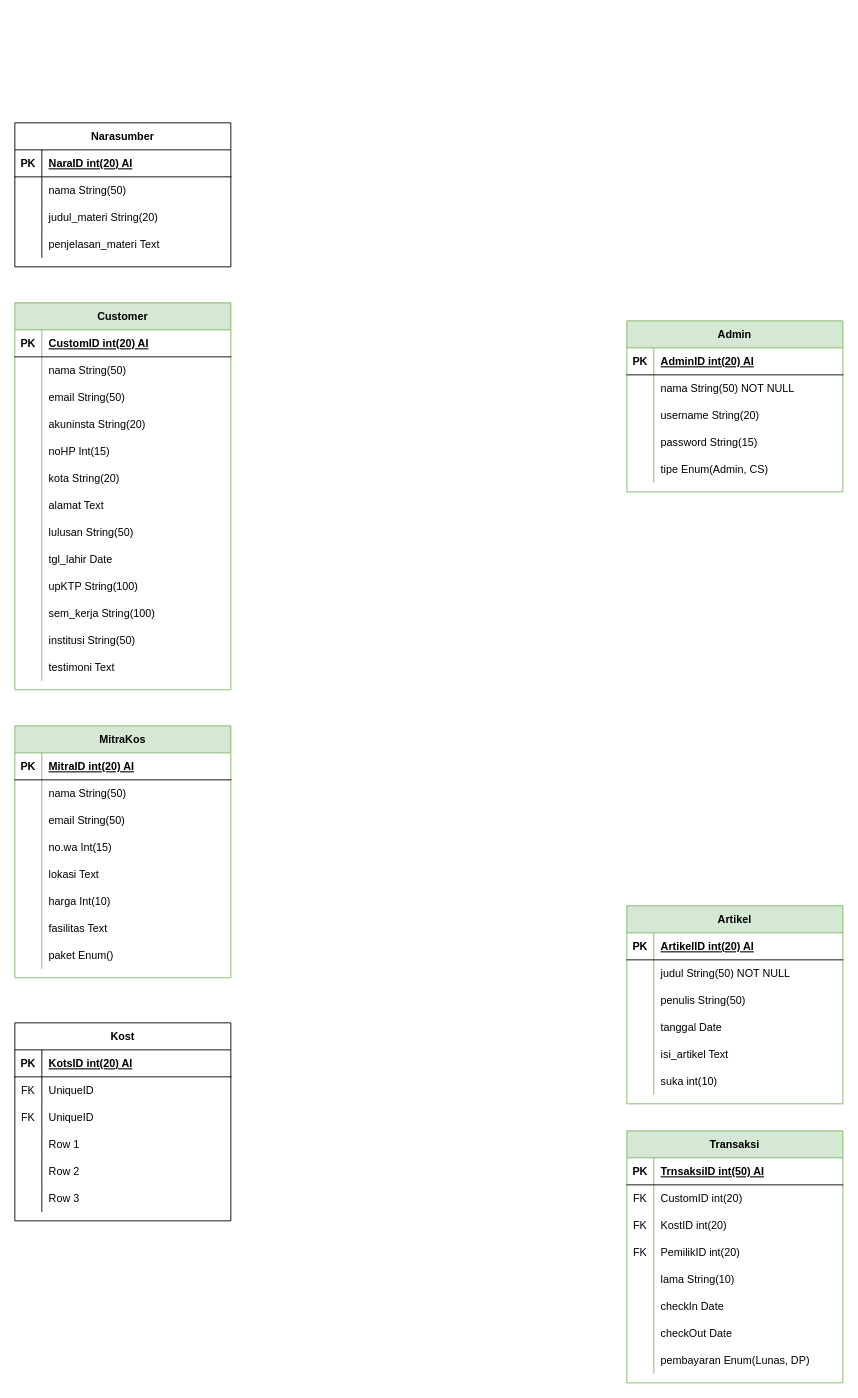
sendy452/DIagram-Model keeps this draw.io diagram as ERD TerasKos.drawio. Above is the earlier version. Source tidied: cells renumbered, new cells numbered last; positions are measured from the earlier drawing's top-left corner, leaving out a move shared by most shapes. Both pictures are drawn from the tidied source at 90%, with x=0, y=0 at pixel (14, 122).
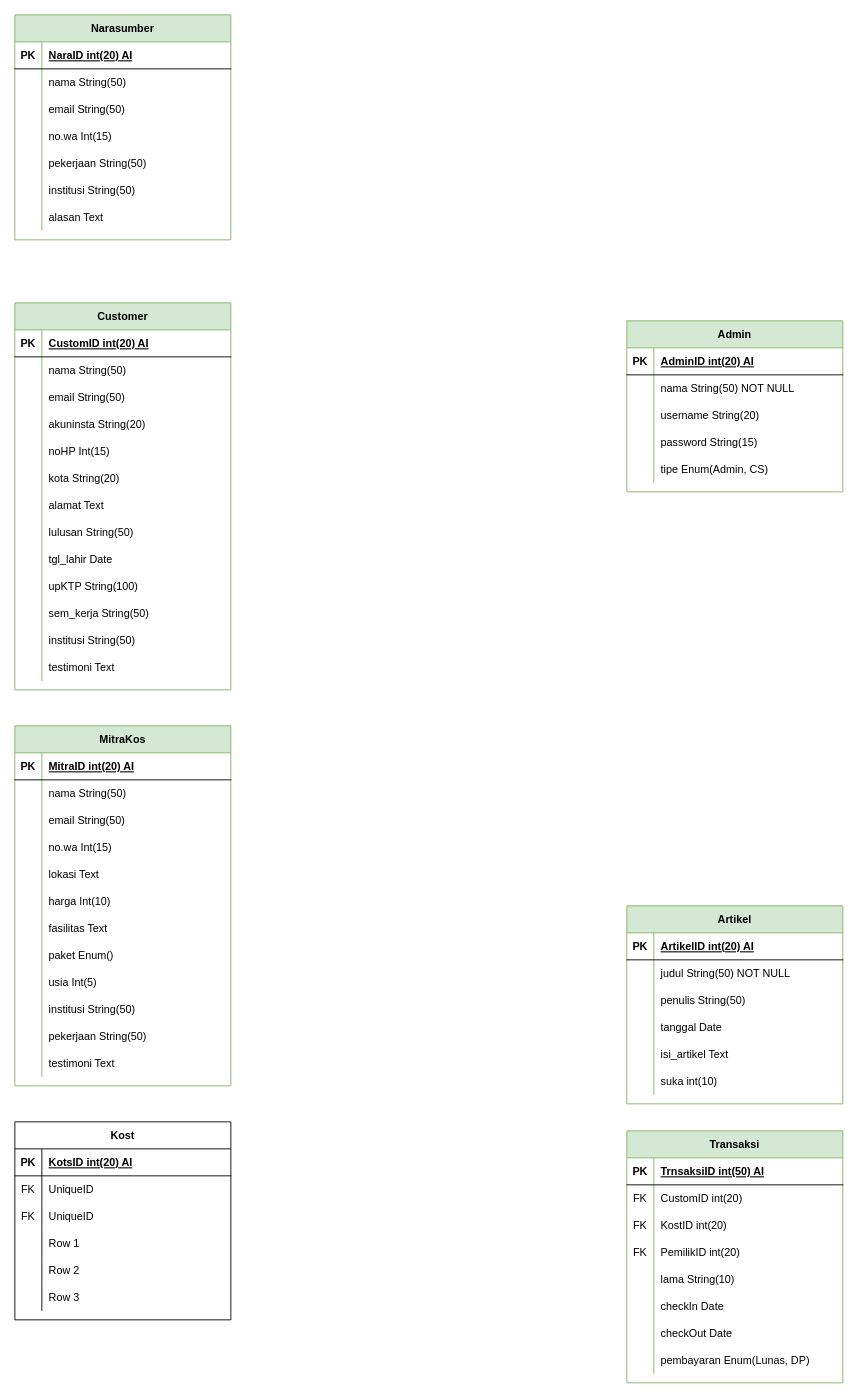
The same page after the edit.

The change refers to these unchanged cells:
```xml
<mxCell id="58" style="shape=partialRectangle;fillColor=none;top=0;left=0;bottom=0;right=0;" parent="27" vertex="1">
  <mxGeometry y="330" width="240" height="30" as="geometry" />
</mxCell>
<mxCell id="109" style="shape=partialRectangle;fillColor=none;top=0;left=0;bottom=0;right=0;" parent="102" vertex="1">
  <mxGeometry y="90" width="240" height="30" as="geometry" />
</mxCell>
<mxCell id="112" style="shape=partialRectangle;fillColor=none;top=0;left=0;bottom=0;right=0;" parent="102" vertex="1">
  <mxGeometry y="120" width="240" height="30" as="geometry" />
</mxCell>
```

What changed in the source:
```diff
@@
     <mxCell id="2" value="MitraKos" style="shape=table;startSize=30;childLayout=tableLayout;rowLines=0;fontStyle=1;align=center;fillColor=#d5e8d4;strokeColor=#82b366;" parent="1" vertex="1">
-      <mxGeometry y="670" width="240" height="280" as="geometry" />
+      <mxGeometry y="670" width="240" height="400" as="geometry" />
     </mxCell>
@@
+    <mxCell id="159" style="shape=partialRectangle;fillColor=none;top=0;left=0;bottom=0;right=0;" parent="2" vertex="1">
+      <mxGeometry y="270" width="240" height="30" as="geometry" />
+    </mxCell>
+    <mxCell id="160" style="shape=partialRectangle;fillColor=none;top=0;left=0;bottom=0;right=0;overflow=hidden;" parent="159" vertex="1">
+      <mxGeometry width="30" height="30" as="geometry" />
+    </mxCell>
+    <mxCell id="161" value="usia Int(5)" style="shape=partialRectangle;fillColor=none;top=0;left=0;bottom=0;right=0;align=left;spacingLeft=6;overflow=hidden;" parent="159" vertex="1">
+      <mxGeometry x="30" width="210" height="30" as="geometry" />
+    </mxCell>
+    <mxCell id="162" style="shape=partialRectangle;fillColor=none;top=0;left=0;bottom=0;right=0;" parent="2" vertex="1">
+      <mxGeometry y="300" width="240" height="30" as="geometry" />
+    </mxCell>
+    <mxCell id="163" style="shape=partialRectangle;fillColor=none;top=0;left=0;bottom=0;right=0;overflow=hidden;" parent="162" vertex="1">
+      <mxGeometry width="30" height="30" as="geometry" />
+    </mxCell>
+    <mxCell id="164" value="institusi String(50)" style="shape=partialRectangle;fillColor=none;top=0;left=0;bottom=0;right=0;align=left;spacingLeft=6;overflow=hidden;" parent="162" vertex="1">
+      <mxGeometry x="30" width="210" height="30" as="geometry" />
+    </mxCell>
+    <mxCell id="165" style="shape=partialRectangle;fillColor=none;top=0;left=0;bottom=0;right=0;" parent="2" vertex="1">
+      <mxGeometry y="330" width="240" height="30" as="geometry" />
+    </mxCell>
+    <mxCell id="166" style="shape=partialRectangle;fillColor=none;top=0;left=0;bottom=0;right=0;overflow=hidden;" parent="165" vertex="1">
+      <mxGeometry width="30" height="30" as="geometry" />
+    </mxCell>
+    <mxCell id="167" value="pekerjaan String(50)" style="shape=partialRectangle;fillColor=none;top=0;left=0;bottom=0;right=0;align=left;spacingLeft=6;overflow=hidden;" parent="165" vertex="1">
+      <mxGeometry x="30" width="210" height="30" as="geometry" />
+    </mxCell>
+    <mxCell id="168" style="shape=partialRectangle;fillColor=none;top=0;left=0;bottom=0;right=0;" parent="2" vertex="1">
+      <mxGeometry y="360" width="240" height="30" as="geometry" />
+    </mxCell>
+    <mxCell id="169" style="shape=partialRectangle;fillColor=none;top=0;left=0;bottom=0;right=0;overflow=hidden;" parent="168" vertex="1">
+      <mxGeometry width="30" height="30" as="geometry" />
+    </mxCell>
+    <mxCell id="170" value="testimoni Text" style="shape=partialRectangle;fillColor=none;top=0;left=0;bottom=0;right=0;align=left;spacingLeft=6;overflow=hidden;" parent="168" vertex="1">
+      <mxGeometry x="30" width="210" height="30" as="geometry" />
+    </mxCell>
@@
-    <mxCell id="60" value="sem_kerja String(100)" style="shape=partialRectangle;fillColor=none;top=0;left=0;bottom=0;right=0;align=left;spacingLeft=6;overflow=hidden;" parent="58" vertex="1">
+    <mxCell id="60" value="sem_kerja String(50)" style="shape=partialRectangle;fillColor=none;top=0;left=0;bottom=0;right=0;align=left;spacingLeft=6;overflow=hidden;" parent="58" vertex="1">
       <mxGeometry x="30" width="210" height="30" as="geometry" />
     </mxCell>
@@
-    <mxCell id="102" value="Narasumber" style="shape=table;startSize=30;childLayout=tableLayout;rowLines=0;fontStyle=1;align=center;" parent="1" vertex="1">
-      <mxGeometry width="240" height="160" as="geometry" />
+    <mxCell id="102" value="Narasumber" style="shape=table;startSize=30;childLayout=tableLayout;rowLines=0;fontStyle=1;align=center;fillColor=#d5e8d4;strokeColor=#82b366;" parent="1" vertex="1">
+      <mxGeometry y="-120" width="240" height="250" as="geometry" />
     </mxCell>
@@
-    <mxCell id="110" style="shape=partialRectangle;fillColor=none;top=0;left=0;bottom=0;right=0;overflow=hidden;" parent="109" vertex="1">
-      <mxGeometry width="30" height="30" as="geometry" />
-    </mxCell>
-    <mxCell id="111" value="judul_materi String(20)" style="shape=partialRectangle;fillColor=none;top=0;left=0;bottom=0;right=0;align=left;spacingLeft=6;overflow=hidden;" parent="109" vertex="1">
-      <mxGeometry x="30" width="210" height="30" as="geometry" />
-    </mxCell>
+    <mxCell id="171" style="shape=partialRectangle;fillColor=none;top=0;left=0;bottom=0;right=0;overflow=hidden;" parent="109" vertex="1">
+      <mxGeometry width="30" height="30" as="geometry" />
+    </mxCell>
+    <mxCell id="172" value="email String(50)" style="shape=partialRectangle;fillColor=none;top=0;left=0;bottom=0;right=0;align=left;spacingLeft=6;overflow=hidden;" parent="109" vertex="1">
+      <mxGeometry x="30" width="210" height="30" as="geometry" />
+    </mxCell>
@@
-    <mxCell id="113" style="shape=partialRectangle;fillColor=none;top=0;left=0;bottom=0;right=0;overflow=hidden;" parent="112" vertex="1">
-      <mxGeometry width="30" height="30" as="geometry" />
-    </mxCell>
-    <mxCell id="114" value="penjelasan_materi Text" style="shape=partialRectangle;fillColor=none;top=0;left=0;bottom=0;right=0;align=left;spacingLeft=6;overflow=hidden;" parent="112" vertex="1">
-      <mxGeometry x="30" width="210" height="30" as="geometry" />
-    </mxCell>
+    <mxCell id="173" style="shape=partialRectangle;fillColor=none;top=0;left=0;bottom=0;right=0;overflow=hidden;" parent="112" vertex="1">
+      <mxGeometry width="30" height="30" as="geometry" />
+    </mxCell>
+    <mxCell id="174" value="no.wa Int(15)" style="shape=partialRectangle;fillColor=none;top=0;left=0;bottom=0;right=0;align=left;spacingLeft=6;overflow=hidden;" parent="112" vertex="1">
+      <mxGeometry x="30" width="210" height="30" as="geometry" />
+    </mxCell>
+    <mxCell id="175" style="shape=partialRectangle;fillColor=none;top=0;left=0;bottom=0;right=0;" parent="102" vertex="1">
+      <mxGeometry y="150" width="240" height="30" as="geometry" />
+    </mxCell>
+    <mxCell id="176" style="shape=partialRectangle;fillColor=none;top=0;left=0;bottom=0;right=0;overflow=hidden;" parent="175" vertex="1">
+      <mxGeometry width="30" height="30" as="geometry" />
+    </mxCell>
+    <mxCell id="177" value="pekerjaan String(50)" style="shape=partialRectangle;fillColor=none;top=0;left=0;bottom=0;right=0;align=left;spacingLeft=6;overflow=hidden;" parent="175" vertex="1">
+      <mxGeometry x="30" width="210" height="30" as="geometry" />
+    </mxCell>
+    <mxCell id="178" style="shape=partialRectangle;fillColor=none;top=0;left=0;bottom=0;right=0;" parent="102" vertex="1">
+      <mxGeometry y="180" width="240" height="30" as="geometry" />
+    </mxCell>
+    <mxCell id="179" style="shape=partialRectangle;fillColor=none;top=0;left=0;bottom=0;right=0;overflow=hidden;" parent="178" vertex="1">
+      <mxGeometry width="30" height="30" as="geometry" />
+    </mxCell>
+    <mxCell id="180" value="institusi String(50)" style="shape=partialRectangle;fillColor=none;top=0;left=0;bottom=0;right=0;align=left;spacingLeft=6;overflow=hidden;" parent="178" vertex="1">
+      <mxGeometry x="30" width="210" height="30" as="geometry" />
+    </mxCell>
+    <mxCell id="181" style="shape=partialRectangle;fillColor=none;top=0;left=0;bottom=0;right=0;" parent="102" vertex="1">
+      <mxGeometry y="210" width="240" height="30" as="geometry" />
+    </mxCell>
+    <mxCell id="182" style="shape=partialRectangle;fillColor=none;top=0;left=0;bottom=0;right=0;overflow=hidden;" parent="181" vertex="1">
+      <mxGeometry width="30" height="30" as="geometry" />
+    </mxCell>
+    <mxCell id="183" value="alasan Text" style="shape=partialRectangle;fillColor=none;top=0;left=0;bottom=0;right=0;align=left;spacingLeft=6;overflow=hidden;" parent="181" vertex="1">
+      <mxGeometry x="30" width="210" height="30" as="geometry" />
+    </mxCell>
     <mxCell id="115" value="Kost" style="shape=table;startSize=30;childLayout=tableLayout;rowLines=0;fontStyle=1;align=center;" parent="1" vertex="1">
-      <mxGeometry y="1000" width="240" height="220" as="geometry" />
+      <mxGeometry y="1110" width="240" height="220" as="geometry" />
     </mxCell>
```
